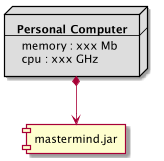
Before: docs/images/MasterMindDeployment.png, a diagram exported from PlantUML (TheMercuryBeat/MasterMind).
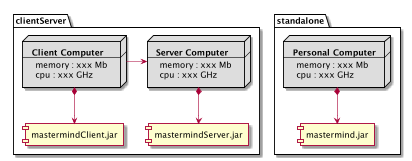
After the change.

Commit message:
[uml] Update uml diagrams and docs

The edit, as a diff of the source:
```diff
@@ -1,13 +1,44 @@
 @startuml
 
-node node #DDDDDD [
-    <b>Personal Computer</b>
-    ----
-    memory : xxx Mb
-    cpu : xxx GHz
-]
+package standalone{
 
-[mastermind.jar]
-node *--> mastermind.jar
+    node node #DDDDDD [
+        <b>Personal Computer</b>
+        ----
+        memory : xxx Mb
+        cpu : xxx GHz
+    ]
+
+    [mastermind.jar]
+    node *--> mastermind.jar
+
+}
+
+package clientServer{
+
+    node node1 #DDDDDD [
+        <b>Client Computer</b>
+        ----
+        memory : xxx Mb
+        cpu : xxx GHz
+    ]
+
+    [mastermindClient.jar]
+    node1 *--> mastermindClient.jar
+
+    node node2 #DDDDDD [
+        <b>Server Computer</b>
+        ----
+        memory : xxx Mb
+        cpu : xxx GHz
+    ]
+
+    [mastermindServer.jar]
+    node2 *--> mastermindServer.jar
+
+     node1 -right-> node2
+
+}
+
 
 @enduml
```
